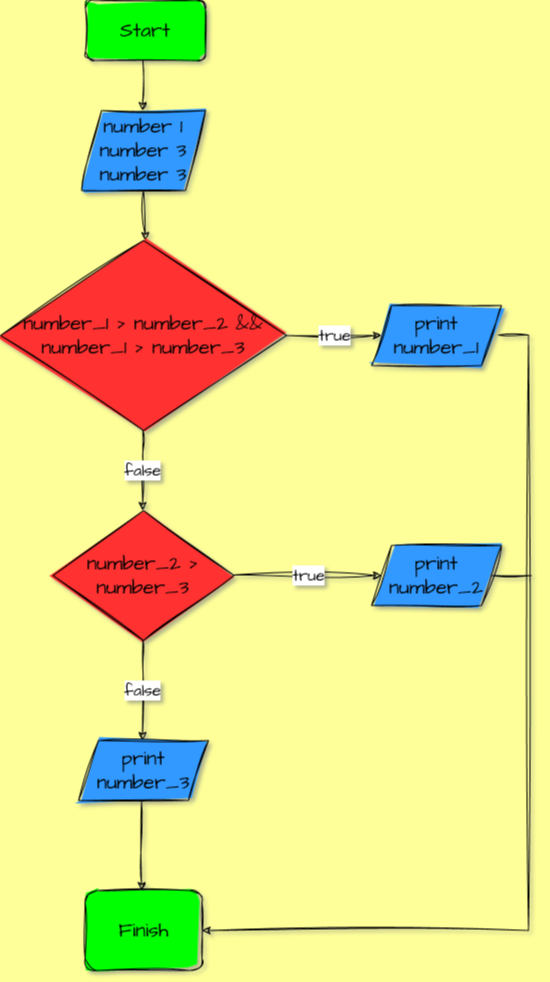
Before: 3.drawio.png, a diagram exported from draw.io (Antropos7/FlowCharts). Source tidied: cells renumbered, new cells last; positions are measured from the earlier drawing's top-left corner, leaving out a move shared by most shapes. The source it was exported from:
```xml
<mxGraphModel background="#FFFF99" shadow="1">
  <root>
    <mxCell id="0" />
    <mxCell id="1" parent="0" />
    <mxCell id="2" value="Start" style="rounded=1;whiteSpace=wrap;html=1;sketch=1;hachureGap=4;jiggle=2;curveFitting=1;fontFamily=Architects Daughter;fontSource=https%3A%2F%2Ffonts.googleapis.com%2Fcss%3Ffamily%3DArchitects%2BDaughter;fontSize=20;fillColor=#00FF00;fillStyle=solid;" parent="1" vertex="1">
      <mxGeometry x="85" width="120" height="60" as="geometry" />
    </mxCell>
    <mxCell id="3" value="&lt;div&gt;number 1&lt;/div&gt;&lt;div&gt;number 3&lt;/div&gt;&lt;div&gt;number 3&lt;br&gt;&lt;/div&gt;" style="shape=parallelogram;perimeter=parallelogramPerimeter;whiteSpace=wrap;html=1;fixedSize=1;sketch=1;hachureGap=4;jiggle=2;curveFitting=1;fontFamily=Architects Daughter;fontSource=https%3A%2F%2Ffonts.googleapis.com%2Fcss%3Ffamily%3DArchitects%2BDaughter;fontSize=20;fillStyle=solid;fillColor=#3399FF;" parent="1" vertex="1">
      <mxGeometry x="81" y="110" width="124" height="80" as="geometry" />
    </mxCell>
    <mxCell id="4" style="endArrow=classic;html=1;rounded=0;sketch=1;hachureGap=4;jiggle=2;curveFitting=1;fontFamily=Architects Daughter;fontSource=https%3A%2F%2Ffonts.googleapis.com%2Fcss%3Ffamily%3DArchitects%2BDaughter;fontSize=16;exitX=0.5;exitY=1;exitDx=0;exitDy=0;entryX=0.5;entryY=0;entryDx=0;entryDy=0;" parent="1" edge="1" source="3">
      <mxGeometry relative="1" as="geometry">
        <mxPoint x="145" y="240" as="targetPoint" />
      </mxGeometry>
    </mxCell>
    <mxCell id="5" value="Finish" style="rounded=1;whiteSpace=wrap;html=1;sketch=1;hachureGap=4;jiggle=2;curveFitting=1;fontFamily=Architects Daughter;fontSource=https%3A%2F%2Ffonts.googleapis.com%2Fcss%3Ffamily%3DArchitects%2BDaughter;fontSize=20;fillColor=#00FF00;fillStyle=solid;" parent="1" vertex="1">
      <mxGeometry x="84.5" y="890" width="117" height="80" as="geometry" />
    </mxCell>
    <mxCell id="6" value="number_1 &amp;gt; number_2 &amp;amp;&amp;amp; number_1 &amp;gt; number_3" style="rhombus;whiteSpace=wrap;html=1;sketch=1;hachureGap=4;jiggle=2;curveFitting=1;fontFamily=Architects Daughter;fontSource=https%3A%2F%2Ffonts.googleapis.com%2Fcss%3Ffamily%3DArchitects%2BDaughter;fontSize=20;fillColor=#FF3333;fillStyle=solid;" parent="1" vertex="1">
      <mxGeometry y="240" width="286" height="190" as="geometry" />
    </mxCell>
    <mxCell id="7" value="true" style="endArrow=classic;html=1;rounded=0;sketch=1;hachureGap=4;jiggle=2;curveFitting=1;fontFamily=Architects Daughter;fontSource=https%3A%2F%2Ffonts.googleapis.com%2Fcss%3Ffamily%3DArchitects%2BDaughter;fontSize=16;exitX=1;exitY=0.5;exitDx=0;exitDy=0;entryX=0;entryY=0.5;entryDx=0;entryDy=0;" parent="1" edge="1" source="6" target="8">
      <mxGeometry relative="1" as="geometry" />
    </mxCell>
    <mxCell id="8" value="print number_1" style="shape=parallelogram;perimeter=parallelogramPerimeter;whiteSpace=wrap;html=1;fixedSize=1;sketch=1;hachureGap=4;jiggle=2;curveFitting=1;fontFamily=Architects Daughter;fontSource=https%3A%2F%2Ffonts.googleapis.com%2Fcss%3Ffamily%3DArchitects%2BDaughter;fontSize=20;fillStyle=solid;fillColor=#3399FF;" parent="1" vertex="1">
      <mxGeometry x="371" y="305" width="130" height="60" as="geometry" />
    </mxCell>
    <mxCell id="9" value="false" style="endArrow=classic;html=1;rounded=0;sketch=1;hachureGap=4;jiggle=2;curveFitting=1;fontFamily=Architects Daughter;fontSource=https%3A%2F%2Ffonts.googleapis.com%2Fcss%3Ffamily%3DArchitects%2BDaughter;fontSize=16;" parent="1" edge="1">
      <mxGeometry relative="1" as="geometry">
        <mxPoint x="142.4" y="430" as="sourcePoint" />
        <mxPoint x="142" y="510" as="targetPoint" />
        <Array as="points">
          <mxPoint x="142.4" y="460" />
        </Array>
      </mxGeometry>
    </mxCell>
    <mxCell id="10" value="number_2 &amp;gt; number_3" style="rhombus;whiteSpace=wrap;html=1;sketch=1;hachureGap=4;jiggle=2;curveFitting=1;fontFamily=Architects Daughter;fontSource=https%3A%2F%2Ffonts.googleapis.com%2Fcss%3Ffamily%3DArchitects%2BDaughter;fontSize=20;fillColor=#FF3333;fillStyle=solid;" parent="1" vertex="1">
      <mxGeometry x="52.5" y="510" width="181" height="130" as="geometry" />
    </mxCell>
    <mxCell id="11" value="true" style="endArrow=classic;html=1;rounded=0;sketch=1;hachureGap=4;jiggle=2;curveFitting=1;fontFamily=Architects Daughter;fontSource=https%3A%2F%2Ffonts.googleapis.com%2Fcss%3Ffamily%3DArchitects%2BDaughter;fontSize=16;entryX=0;entryY=0.5;entryDx=0;entryDy=0;" parent="1" edge="1" target="14">
      <mxGeometry relative="1" as="geometry">
        <mxPoint x="233.5" y="574.4" as="sourcePoint" />
      </mxGeometry>
    </mxCell>
    <mxCell id="12" value="false" style="endArrow=classic;html=1;rounded=0;sketch=1;hachureGap=4;jiggle=2;curveFitting=1;fontFamily=Architects Daughter;fontSource=https%3A%2F%2Ffonts.googleapis.com%2Fcss%3Ffamily%3DArchitects%2BDaughter;fontSize=16;" parent="1" edge="1">
      <mxGeometry relative="1" as="geometry">
        <mxPoint x="142.4" y="640" as="sourcePoint" />
        <mxPoint x="142" y="740" as="targetPoint" />
        <Array as="points">
          <mxPoint x="142.4" y="670" />
        </Array>
      </mxGeometry>
    </mxCell>
    <mxCell id="13" style="endArrow=classic;html=1;rounded=0;sketch=1;hachureGap=4;jiggle=2;curveFitting=1;fontFamily=Architects Daughter;fontSource=https%3A%2F%2Ffonts.googleapis.com%2Fcss%3Ffamily%3DArchitects%2BDaughter;fontSize=16;" parent="1" edge="1">
      <mxGeometry relative="1" as="geometry">
        <mxPoint x="142.4" y="60" as="sourcePoint" />
        <mxPoint x="142" y="110" as="targetPoint" />
      </mxGeometry>
    </mxCell>
    <mxCell id="14" value="print number_2" style="shape=parallelogram;perimeter=parallelogramPerimeter;whiteSpace=wrap;html=1;fixedSize=1;sketch=1;hachureGap=4;jiggle=2;curveFitting=1;fontFamily=Architects Daughter;fontSource=https%3A%2F%2Ffonts.googleapis.com%2Fcss%3Ffamily%3DArchitects%2BDaughter;fontSize=20;fillStyle=solid;fillColor=#3399FF;" parent="1" vertex="1">
      <mxGeometry x="371" y="545" width="130" height="60" as="geometry" />
    </mxCell>
    <mxCell id="15" value="print number_3" style="shape=parallelogram;perimeter=parallelogramPerimeter;whiteSpace=wrap;html=1;fixedSize=1;sketch=1;hachureGap=4;jiggle=2;curveFitting=1;fontFamily=Architects Daughter;fontSource=https%3A%2F%2Ffonts.googleapis.com%2Fcss%3Ffamily%3DArchitects%2BDaughter;fontSize=20;fillStyle=solid;fillColor=#3399FF;" parent="1" vertex="1">
      <mxGeometry x="78" y="740" width="130" height="60" as="geometry" />
    </mxCell>
    <mxCell id="16" style="endArrow=classic;html=1;rounded=0;sketch=1;hachureGap=4;jiggle=2;curveFitting=1;fontFamily=Architects Daughter;fontSource=https%3A%2F%2Ffonts.googleapis.com%2Fcss%3Ffamily%3DArchitects%2BDaughter;fontSize=16;" parent="1" edge="1">
      <mxGeometry relative="1" as="geometry">
        <mxPoint x="141" y="800" as="sourcePoint" />
        <mxPoint x="141" y="890" as="targetPoint" />
      </mxGeometry>
    </mxCell>
    <mxCell id="17" style="endArrow=classic;html=1;rounded=0;sketch=1;hachureGap=4;jiggle=2;curveFitting=1;fontFamily=Architects Daughter;fontSource=https%3A%2F%2Ffonts.googleapis.com%2Fcss%3Ffamily%3DArchitects%2BDaughter;fontSize=16;edgeStyle=entityRelationEdgeStyle;entryX=1;entryY=0.5;entryDx=0;entryDy=0;" parent="1" edge="1" target="5">
      <mxGeometry relative="1" as="geometry">
        <mxPoint x="498" y="334.5" as="sourcePoint" />
      </mxGeometry>
    </mxCell>
    <mxCell id="18" style="endArrow=none;html=1;rounded=0;sketch=1;hachureGap=4;jiggle=2;curveFitting=1;fontFamily=Architects Daughter;fontSource=https%3A%2F%2Ffonts.googleapis.com%2Fcss%3Ffamily%3DArchitects%2BDaughter;fontSize=16;elbow=vertical;exitX=1;exitY=0.5;exitDx=0;exitDy=0;" parent="1" edge="1" source="14">
      <mxGeometry relative="1" as="geometry">
        <mxPoint x="531" y="575" as="targetPoint" />
      </mxGeometry>
    </mxCell>
  </root>
</mxGraphModel>
```
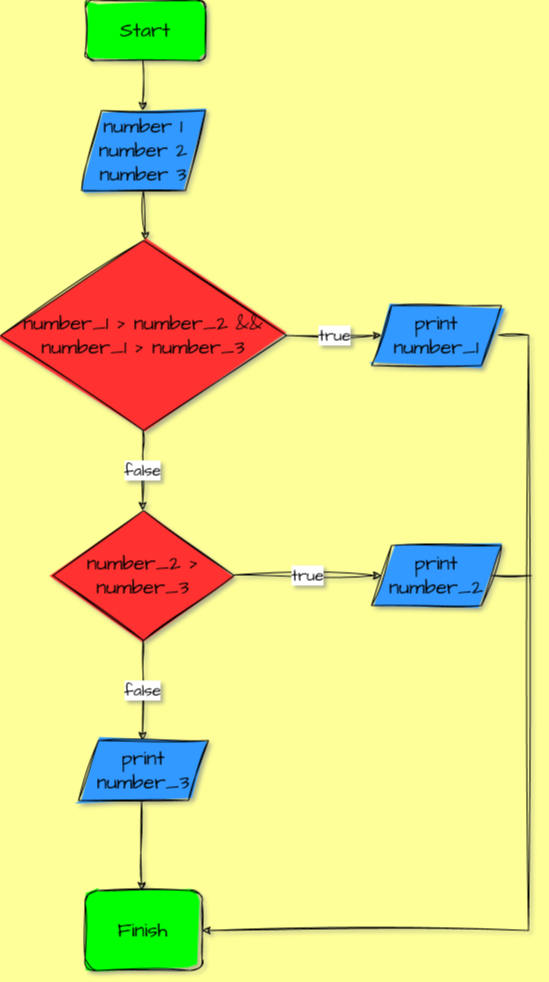
After the change.

Diff of the diagram source:
```diff
@@ -5,7 +5,7 @@
     <mxCell id="2" value="Start" style="rounded=1;whiteSpace=wrap;html=1;sketch=1;hachureGap=4;jiggle=2;curveFitting=1;fontFamily=Architects Daughter;fontSource=https%3A%2F%2Ffonts.googleapis.com%2Fcss%3Ffamily%3DArchitects%2BDaughter;fontSize=20;fillColor=#00FF00;fillStyle=solid;" parent="1" vertex="1">
       <mxGeometry x="85" width="120" height="60" as="geometry" />
     </mxCell>
-    <mxCell id="3" value="&lt;div&gt;number 1&lt;/div&gt;&lt;div&gt;number 3&lt;/div&gt;&lt;div&gt;number 3&lt;br&gt;&lt;/div&gt;" style="shape=parallelogram;perimeter=parallelogramPerimeter;whiteSpace=wrap;html=1;fixedSize=1;sketch=1;hachureGap=4;jiggle=2;curveFitting=1;fontFamily=Architects Daughter;fontSource=https%3A%2F%2Ffonts.googleapis.com%2Fcss%3Ffamily%3DArchitects%2BDaughter;fontSize=20;fillStyle=solid;fillColor=#3399FF;" parent="1" vertex="1">
+    <mxCell id="3" value="&lt;div&gt;number 1&lt;/div&gt;&lt;div&gt;number 2&lt;/div&gt;&lt;div&gt;number 3&lt;br&gt;&lt;/div&gt;" style="shape=parallelogram;perimeter=parallelogramPerimeter;whiteSpace=wrap;html=1;fixedSize=1;sketch=1;hachureGap=4;jiggle=2;curveFitting=1;fontFamily=Architects Daughter;fontSource=https%3A%2F%2Ffonts.googleapis.com%2Fcss%3Ffamily%3DArchitects%2BDaughter;fontSize=20;fillStyle=solid;fillColor=#3399FF;" parent="1" vertex="1">
       <mxGeometry x="81" y="110" width="124" height="80" as="geometry" />
     </mxCell>
     <mxCell id="4" style="endArrow=classic;html=1;rounded=0;sketch=1;hachureGap=4;jiggle=2;curveFitting=1;fontFamily=Architects Daughter;fontSource=https%3A%2F%2Ffonts.googleapis.com%2Fcss%3Ffamily%3DArchitects%2BDaughter;fontSize=16;exitX=0.5;exitY=1;exitDx=0;exitDy=0;entryX=0.5;entryY=0;entryDx=0;entryDy=0;" parent="1" edge="1" source="3">
```
